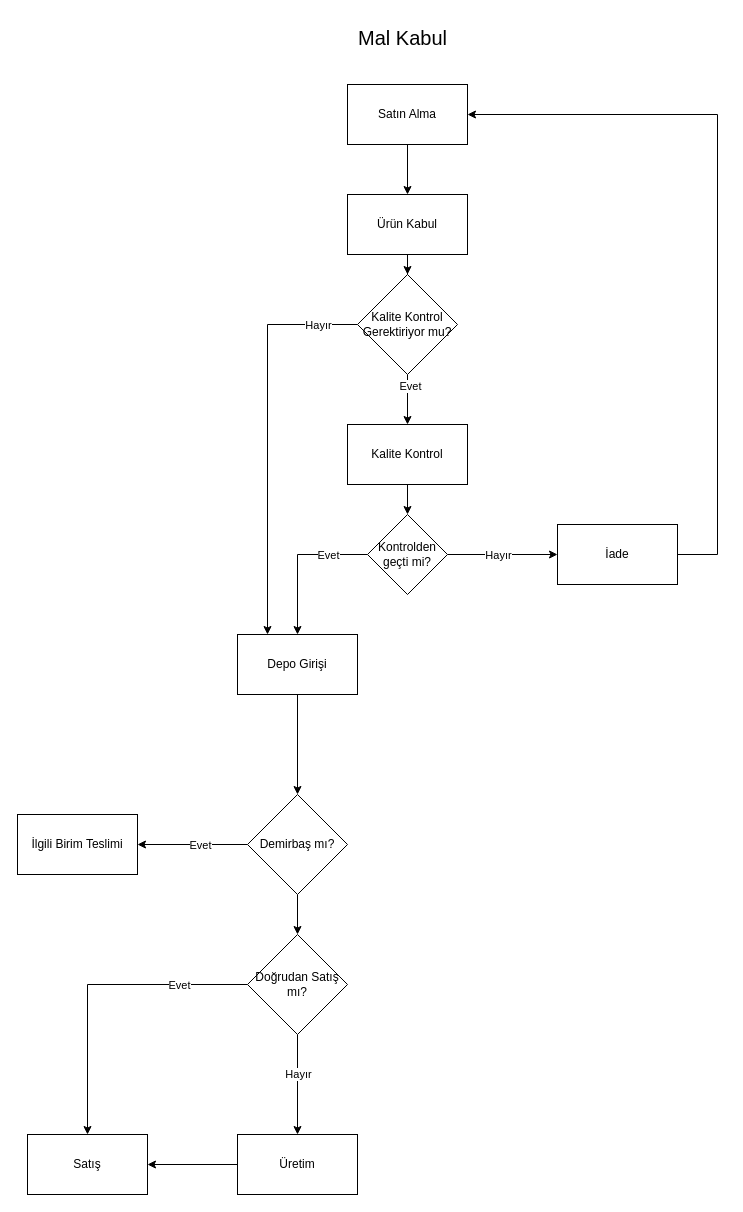
Earlier version of the draw.io diagram xmls/Stok ve Depo Akışı.drawio (ahmetnihat/diagrams). Source tidied: cells renumbered, new cells numbered last; positions are measured from the earlier drawing's top-left corner, leaving out a move shared by most shapes. Both pictures are drawn from the tidied source at 100%, with x=0, y=0 at pixel (17, 17).
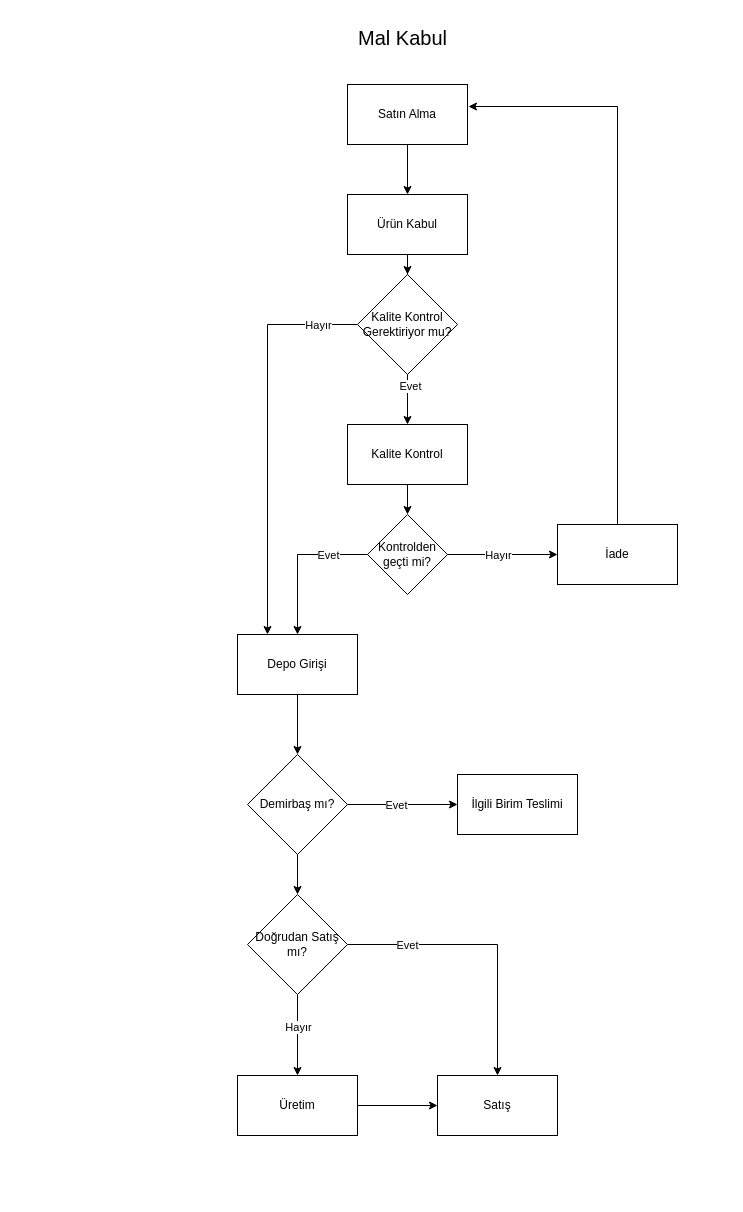
The same page after the edit.

The change refers to these unchanged cells:
```xml
<mxCell id="13" value="İade" style="rounded=0;whiteSpace=wrap;html=1;" parent="1" vertex="1">
  <mxGeometry x="540" y="507" width="120" height="60" as="geometry" />
</mxCell>
<mxCell id="17" value="Satın Alma" style="rounded=0;whiteSpace=wrap;html=1;" parent="1" vertex="1">
  <mxGeometry x="330" y="67" width="120" height="60" as="geometry" />
</mxCell>
<mxCell id="32" style="edgeStyle=orthogonalEdgeStyle;rounded=0;jettySize=auto;html=1;entryX=0.5;entryY=0;entryDx=0;entryDy=0;" parent="1" edge="1" source="34" target="18">
  <mxGeometry relative="1" as="geometry" />
</mxCell>
```

Change to the diagram source:
```diff
@@
-    <mxCell id="12" style="edgeStyle=orthogonalEdgeStyle;rounded=0;jettySize=auto;html=1;" parent="1" edge="1" source="13" target="17">
-      <mxGeometry relative="1" as="geometry">
-        <Array as="points">
-          <mxPoint x="700" y="537" />
-          <mxPoint x="700" y="97" />
-        </Array>
-      </mxGeometry>
-    </mxCell>
@@
     <mxCell id="15" value="Üretim" style="whiteSpace=wrap;html=1;rounded=0;" parent="1" vertex="1">
-      <mxGeometry x="220" y="1117" width="120" height="60" as="geometry" />
+      <mxGeometry x="220" y="1058" width="120" height="60" as="geometry" />
     </mxCell>
@@
     <mxCell id="18" value="Satış" style="whiteSpace=wrap;html=1;rounded=0;" parent="1" vertex="1">
-      <mxGeometry x="10" y="1117" width="120" height="60" as="geometry" />
+      <mxGeometry x="420" y="1058" width="120" height="60" as="geometry" />
     </mxCell>
@@
     <mxCell id="26" value="İlgili Birim Teslimi" style="rounded=0;whiteSpace=wrap;html=1;" parent="1" vertex="1">
-      <mxGeometry y="797" width="120" height="60" as="geometry" />
+      <mxGeometry x="440" y="757" width="120" height="60" as="geometry" />
     </mxCell>
@@
     <mxCell id="29" value="Demirbaş mı?" style="rhombus;whiteSpace=wrap;html=1;" parent="1" vertex="1">
-      <mxGeometry x="230" y="777" width="100" height="100" as="geometry" />
+      <mxGeometry x="230" y="737" width="100" height="100" as="geometry" />
     </mxCell>
@@
     <mxCell id="33" value="Evet" style="edgeLabel;html=1;align=center;verticalAlign=middle;" parent="32" vertex="1">
       <mxGeometry x="-0.47" y="3" relative="1" as="geometry">
-        <mxPoint x="13" y="-3" as="offset" />
+        <mxPoint x="-15" y="3" as="offset" />
       </mxGeometry>
     </mxCell>
     <mxCell id="34" value="Doğrudan Satış mı?" style="rhombus;whiteSpace=wrap;html=1;" parent="1" vertex="1">
-      <mxGeometry x="230" y="917" width="100" height="100" as="geometry" />
+      <mxGeometry x="230" y="877" width="100" height="100" as="geometry" />
     </mxCell>
@@
+    <mxCell id="12" style="edgeStyle=orthogonalEdgeStyle;rounded=0;jettySize=auto;html=1;entryX=1.008;entryY=0.367;entryDx=0;entryDy=0;entryPerimeter=0;" parent="1" edge="1" source="13" target="17">
+      <mxGeometry relative="1" as="geometry">
+        <Array as="points">
+          <mxPoint x="600" y="89" />
+        </Array>
+      </mxGeometry>
+    </mxCell>
```
